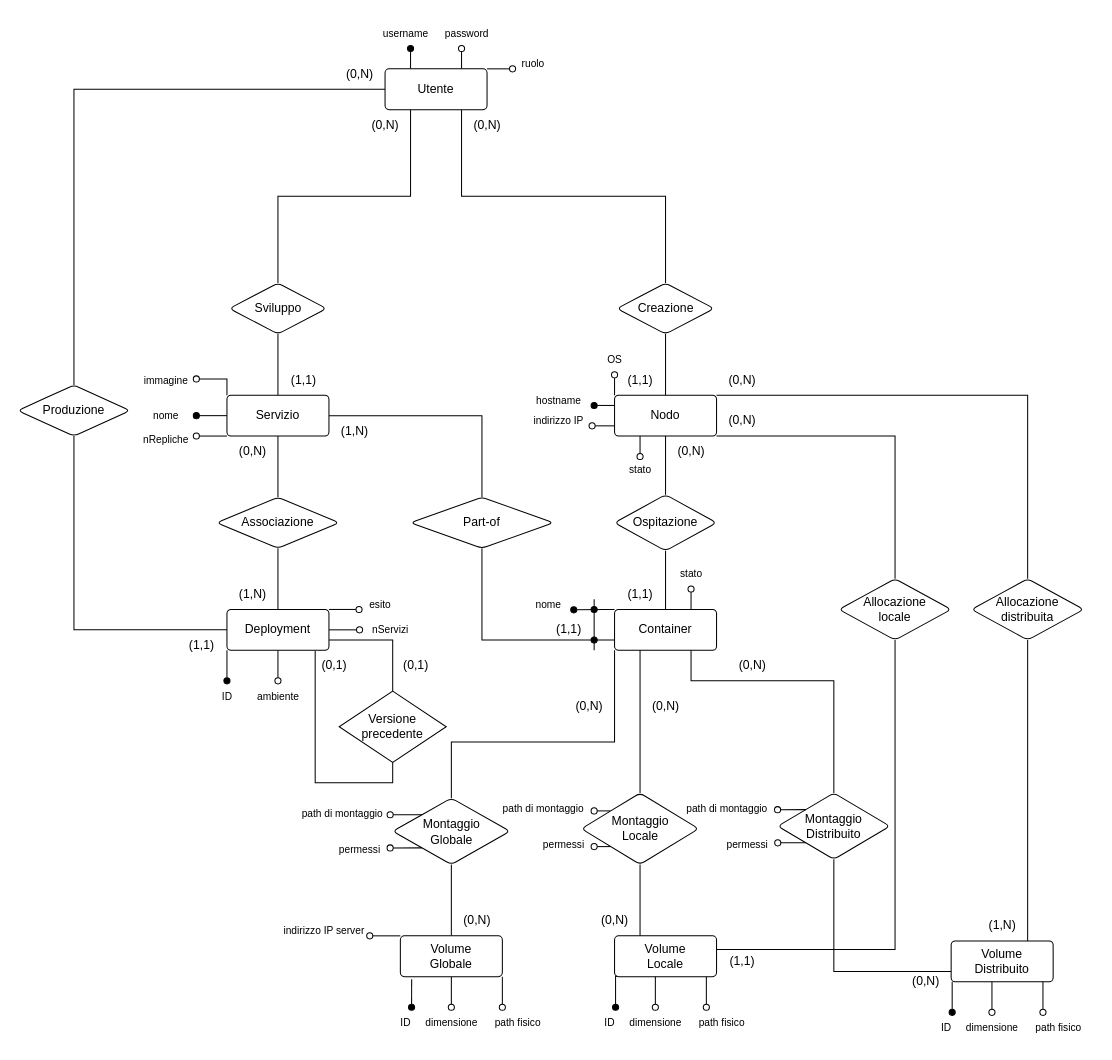
Before: ER_Refurbished.drawio in aledinato/Database-Project-SCP4065533, a draw.io diagram. Source tidied: cells renumbered, new cells numbered last; positions are measured from the earlier drawing's top-left corner, leaving out a move shared by most shapes. Both pictures are drawn from the tidied source at 102%, with x=0, y=0 at pixel (17, 17).
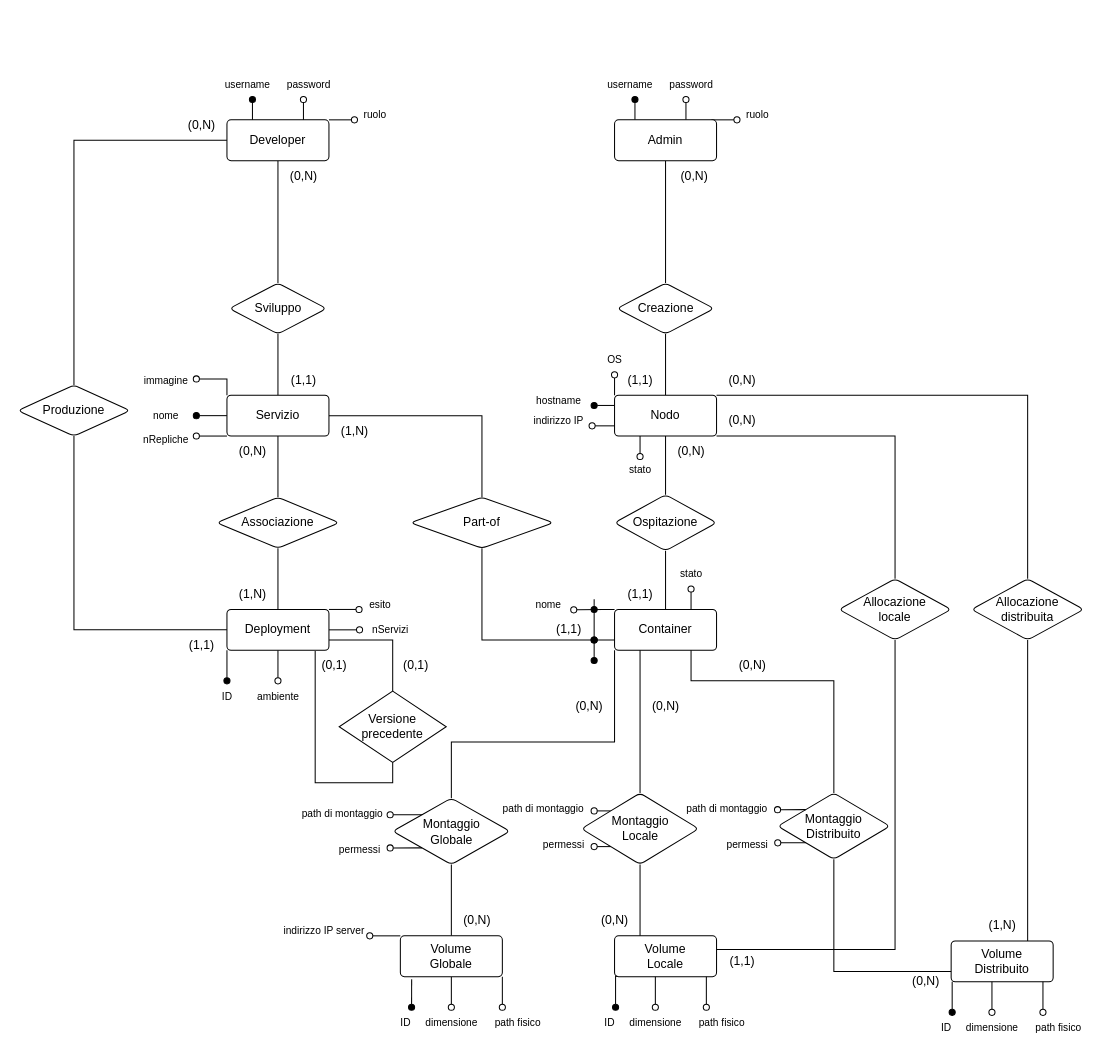
The same page after the edit.

The change refers to these unchanged cells:
```xml
<mxCell id="9" value="Creazione" style="rhombus;whiteSpace=wrap;html=1;rounded=1;arcSize=10;" parent="1" vertex="1">
  <mxGeometry x="587.5" y="260" width="95" height="50" as="geometry" />
</mxCell>
<mxCell id="16" value="Sviluppo" style="rhombus;whiteSpace=wrap;html=1;rounded=1;arcSize=10;" parent="1" vertex="1">
  <mxGeometry x="207.5" y="260" width="95" height="50" as="geometry" />
</mxCell>
<mxCell id="32" value="Produzione" style="rhombus;whiteSpace=wrap;html=1;rounded=1;arcSize=10;" parent="1" vertex="1">
  <mxGeometry y="360" width="110" height="50" as="geometry" />
</mxCell>
<mxCell id="46" value="Container" style="rounded=1;arcSize=10;whiteSpace=wrap;html=1;align=center;" parent="1" vertex="1">
  <mxGeometry x="585" y="580" width="100" height="40" as="geometry" />
</mxCell>
```

What changed in the source:
```diff
@@
-    <mxCell id="2" style="edgeStyle=orthogonalEdgeStyle;rounded=0;jettySize=auto;html=1;endArrow=none;startFill=0;exitX=0.75;exitY=1;exitDx=0;exitDy=0;" parent="1" edge="1" source="8" target="9">
+    <mxCell id="2" style="edgeStyle=orthogonalEdgeStyle;rounded=0;jettySize=auto;html=1;endArrow=none;startFill=0;exitX=0.5;exitY=1;exitDx=0;exitDy=0;" parent="1" edge="1" source="137" target="9">
       <mxGeometry relative="1" as="geometry" />
     </mxCell>
-    <mxCell id="3" style="edgeStyle=orthogonalEdgeStyle;rounded=0;jettySize=auto;html=1;endArrow=none;startFill=0;exitX=0.25;exitY=1;exitDx=0;exitDy=0;" parent="1" edge="1" source="8" target="16">
+    <mxCell id="3" style="edgeStyle=orthogonalEdgeStyle;rounded=0;jettySize=auto;html=1;endArrow=none;startFill=0;exitX=0.5;exitY=1;exitDx=0;exitDy=0;" parent="1" edge="1" source="138" target="16">
       <mxGeometry relative="1" as="geometry" />
     </mxCell>
-    <mxCell id="4" style="edgeStyle=orthogonalEdgeStyle;rounded=0;jettySize=auto;html=1;endArrow=none;startFill=0;exitX=0;exitY=0.5;exitDx=0;exitDy=0;" parent="1" edge="1" source="8" target="32">
+    <mxCell id="4" style="edgeStyle=orthogonalEdgeStyle;rounded=0;jettySize=auto;html=1;endArrow=none;startFill=0;exitX=0;exitY=0.5;exitDx=0;exitDy=0;" parent="1" edge="1" source="138" target="32">
       <mxGeometry relative="1" as="geometry" />
     </mxCell>
-    <mxCell id="5" style="edgeStyle=orthogonalEdgeStyle;rounded=0;jettySize=auto;html=1;exitX=0.25;exitY=0;exitDx=0;exitDy=0;endArrow=oval;endFill=1;" parent="1" edge="1" source="8">
+    <mxCell id="5" style="edgeStyle=orthogonalEdgeStyle;rounded=0;orthogonalLoop=1;jettySize=auto;html=1;exitX=0.25;exitY=0;exitDx=0;exitDy=0;endArrow=oval;endFill=1;" parent="1" edge="1">
       <mxGeometry relative="1" as="geometry">
-        <mxPoint x="385" y="30" as="targetPoint" />
+        <mxPoint x="605" y="100" as="sourcePoint" />
+        <mxPoint x="605" y="80" as="targetPoint" />
       </mxGeometry>
     </mxCell>
-    <mxCell id="6" style="edgeStyle=orthogonalEdgeStyle;rounded=0;jettySize=auto;html=1;exitX=0.75;exitY=0;exitDx=0;exitDy=0;endArrow=oval;endFill=0;" parent="1" edge="1" source="8">
+    <mxCell id="6" style="edgeStyle=orthogonalEdgeStyle;rounded=0;orthogonalLoop=1;jettySize=auto;html=1;exitX=0.75;exitY=0;exitDx=0;exitDy=0;endArrow=oval;endFill=0;" parent="1" edge="1">
       <mxGeometry relative="1" as="geometry">
-        <mxPoint x="435" y="30" as="targetPoint" />
+        <mxPoint x="655" y="100" as="sourcePoint" />
+        <mxPoint x="655" y="80" as="targetPoint" />
       </mxGeometry>
     </mxCell>
-    <mxCell id="7" style="edgeStyle=orthogonalEdgeStyle;rounded=0;jettySize=auto;html=1;exitX=1;exitY=0;exitDx=0;exitDy=0;endArrow=oval;endFill=0;" parent="1" edge="1" source="8">
+    <mxCell id="7" style="edgeStyle=orthogonalEdgeStyle;rounded=0;orthogonalLoop=1;jettySize=auto;html=1;exitX=1;exitY=0;exitDx=0;exitDy=0;endArrow=oval;endFill=0;" parent="1" edge="1">
       <mxGeometry relative="1" as="geometry">
-        <mxPoint x="485" y="49.5" as="targetPoint" />
+        <mxPoint x="680" y="100" as="sourcePoint" />
+        <mxPoint x="705" y="99.5" as="targetPoint" />
       </mxGeometry>
     </mxCell>
-    <mxCell id="8" value="Utente" style="rounded=1;arcSize=10;whiteSpace=wrap;html=1;align=center;" parent="1" vertex="1">
-      <mxGeometry x="360" y="50" width="100" height="40" as="geometry" />
-    </mxCell>
@@
     <mxCell id="34" value="(0,N)" style="text;html=1;align=center;verticalAlign=middle;strokeColor=none;fillColor=none;" parent="1" vertex="1">
-      <mxGeometry x="310" y="40" width="50" height="30" as="geometry" />
+      <mxGeometry x="155" y="90" width="50" height="30" as="geometry" />
     </mxCell>
@@
     <mxCell id="37" value="(0,N)" style="text;html=1;align=center;verticalAlign=middle;strokeColor=none;fillColor=none;" parent="1" vertex="1">
-      <mxGeometry x="335" y="90" width="50" height="30" as="geometry" />
+      <mxGeometry x="255" y="140" width="50" height="30" as="geometry" />
     </mxCell>
@@
     <mxCell id="39" value="(0,N)" style="text;html=1;align=center;verticalAlign=middle;strokeColor=none;fillColor=none;" parent="1" vertex="1">
-      <mxGeometry x="435" y="90" width="50" height="30" as="geometry" />
+      <mxGeometry x="637.5" y="140" width="50" height="30" as="geometry" />
     </mxCell>
@@
-    <mxCell id="44" style="edgeStyle=orthogonalEdgeStyle;rounded=0;jettySize=auto;html=1;exitX=0;exitY=0;exitDx=0;exitDy=0;endArrow=oval;endFill=1;" parent="1" edge="1" source="46">
+    <mxCell id="44" style="edgeStyle=orthogonalEdgeStyle;rounded=0;jettySize=auto;html=1;exitX=0;exitY=0;exitDx=0;exitDy=0;endArrow=oval;endFill=0;" parent="1" edge="1" source="46">
       <mxGeometry relative="1" as="geometry">
         <mxPoint x="545" y="580.4" as="targetPoint" />
         <Array as="points">
           <mxPoint x="575" y="580" />
           <mxPoint x="575" y="580" />
         </Array>
       </mxGeometry>
     </mxCell>
@@
     <mxCell id="59" value="username" style="text;html=1;align=center;verticalAlign=middle;strokeColor=none;fillColor=none;fontSize=10;" parent="1" vertex="1">
-      <mxGeometry x="345" width="70" height="30" as="geometry" />
+      <mxGeometry x="565" y="50" width="70" height="30" as="geometry" />
     </mxCell>
     <mxCell id="60" value="&lt;font style=&quot;font-size: 10px;&quot;&gt;password&lt;/font&gt;" style="text;html=1;align=center;verticalAlign=middle;strokeColor=none;fillColor=none;" parent="1" vertex="1">
-      <mxGeometry x="405" width="70" height="30" as="geometry" />
+      <mxGeometry x="625" y="50" width="70" height="30" as="geometry" />
     </mxCell>
@@
-    <mxCell id="76" style="endArrow=none;html=1;rounded=0;" parent="1" edge="1">
+    <mxCell id="76" style="endArrow=oval;html=1;rounded=0;endFill=1;startArrow=oval;startFill=1;" parent="1" edge="1">
       <mxGeometry relative="1" as="geometry">
-        <mxPoint x="565" y="620" as="sourcePoint" />
+        <mxPoint x="565" y="630" as="sourcePoint" />
         <mxPoint x="565" y="610" as="targetPoint" />
       </mxGeometry>
     </mxCell>
@@
     <mxCell id="104" value="ruolo" style="text;html=1;align=center;verticalAlign=middle;strokeColor=none;fillColor=none;fontSize=10;" parent="1" vertex="1">
-      <mxGeometry x="480" y="30" width="50" height="30" as="geometry" />
+      <mxGeometry x="700" y="80" width="50" height="30" as="geometry" />
     </mxCell>
@@
+    <mxCell id="137" value="Admin" style="rounded=1;arcSize=10;whiteSpace=wrap;html=1;align=center;" parent="1" vertex="1">
+      <mxGeometry x="585" y="100" width="100" height="40" as="geometry" />
+    </mxCell>
+    <mxCell id="138" value="Developer" style="rounded=1;arcSize=10;whiteSpace=wrap;html=1;align=center;" parent="1" vertex="1">
+      <mxGeometry x="205" y="100" width="100" height="40" as="geometry" />
+    </mxCell>
+    <mxCell id="139" style="edgeStyle=orthogonalEdgeStyle;rounded=0;orthogonalLoop=1;jettySize=auto;html=1;exitX=0.25;exitY=0;exitDx=0;exitDy=0;endArrow=oval;endFill=1;" parent="1" edge="1">
+      <mxGeometry relative="1" as="geometry">
+        <mxPoint x="230" y="100" as="sourcePoint" />
+        <mxPoint x="230" y="80" as="targetPoint" />
+      </mxGeometry>
+    </mxCell>
+    <mxCell id="140" style="edgeStyle=orthogonalEdgeStyle;rounded=0;orthogonalLoop=1;jettySize=auto;html=1;exitX=0.75;exitY=0;exitDx=0;exitDy=0;endArrow=oval;endFill=0;" parent="1" edge="1">
+      <mxGeometry relative="1" as="geometry">
+        <mxPoint x="280" y="100" as="sourcePoint" />
+        <mxPoint x="280" y="80" as="targetPoint" />
+      </mxGeometry>
+    </mxCell>
+    <mxCell id="141" style="edgeStyle=orthogonalEdgeStyle;rounded=0;orthogonalLoop=1;jettySize=auto;html=1;exitX=1;exitY=0;exitDx=0;exitDy=0;endArrow=oval;endFill=0;" parent="1" edge="1">
+      <mxGeometry relative="1" as="geometry">
+        <mxPoint x="305" y="100" as="sourcePoint" />
+        <mxPoint x="330" y="99.5" as="targetPoint" />
+      </mxGeometry>
+    </mxCell>
+    <mxCell id="142" value="username" style="text;html=1;align=center;verticalAlign=middle;strokeColor=none;fillColor=none;fontSize=10;" parent="1" vertex="1">
+      <mxGeometry x="190" y="50" width="70" height="30" as="geometry" />
+    </mxCell>
+    <mxCell id="143" value="&lt;font style=&quot;font-size: 10px;&quot;&gt;password&lt;/font&gt;" style="text;html=1;align=center;verticalAlign=middle;strokeColor=none;fillColor=none;" parent="1" vertex="1">
+      <mxGeometry x="250" y="50" width="70" height="30" as="geometry" />
+    </mxCell>
+    <mxCell id="144" value="ruolo" style="text;html=1;align=center;verticalAlign=middle;strokeColor=none;fillColor=none;fontSize=10;" parent="1" vertex="1">
+      <mxGeometry x="325" y="80" width="50" height="30" as="geometry" />
+    </mxCell>
```
